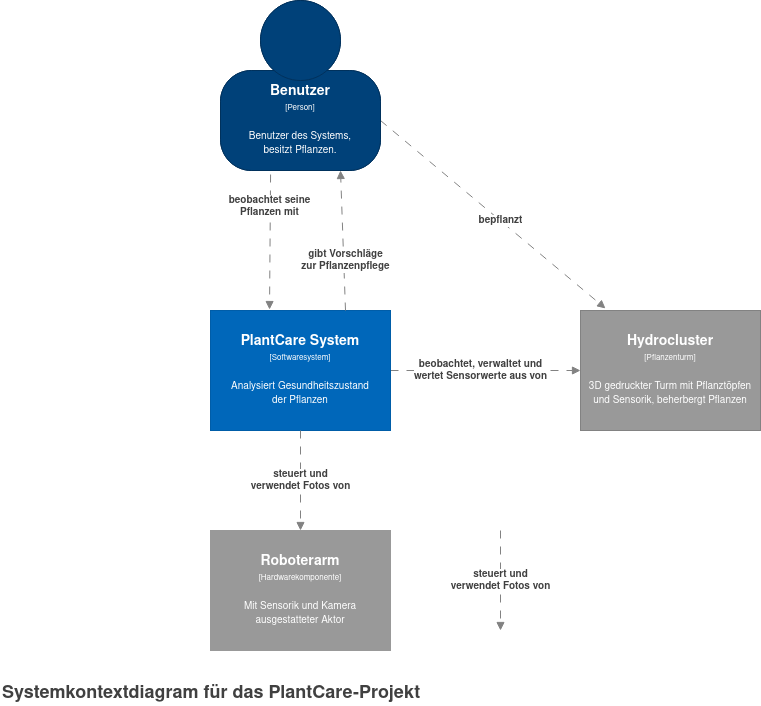
Above: c4.drawio.png in Feanya/pc-c4graphs (draw.io), before the change. Source tidied: cells renumbered, new cells last; positions are measured from the earlier drawing's top-left corner, leaving out a move shared by most shapes.
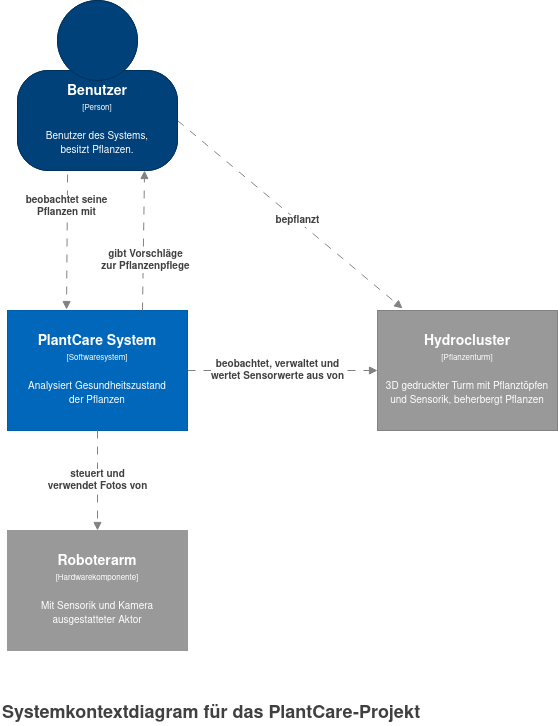
The same diagram one commit later.

The edit, as a diff of the source:
```diff
@@ -17,7 +17,7 @@
     </mxCell>
     <object id="5" label="Systemkontextdiagram für das PlantCare-Projekt&lt;br style=&quot;font-size: 18px;&quot;&gt;" description="Description" name="Diagram Name" placeholders="1">
       <mxCell style="text;html=1;align=left;verticalAlign=top;spacingTop=-4;fontSize=18;fontColor=#404040;fontStyle=1;" parent="1" vertex="1">
-        <mxGeometry y="680" width="430" height="20" as="geometry" />
+        <mxGeometry x="203" y="700" width="430" height="20" as="geometry" />
       </mxCell>
     </object>
     <object id="6" label="&lt;div&gt;&lt;span style=&quot;font-size: 14px&quot;&gt;&lt;b&gt;Hydrocluster&lt;/b&gt;&lt;/span&gt;&lt;/div&gt;&lt;div&gt;&lt;span style=&quot;font-size: 8px&quot;&gt;[Pflanzenturm&lt;/span&gt;&lt;span style=&quot;font-size: 8px&quot;&gt;]&lt;/span&gt;&lt;/div&gt;&lt;div&gt;&lt;span style=&quot;font-size: 8px&quot;&gt;&lt;br&gt;&lt;/span&gt;&lt;/div&gt;&lt;div&gt;&lt;font size=&quot;1&quot;&gt;3D gedruckter Turm mit Pflanztöpfen und Sensorik, beherbergt Pflanzen&lt;br&gt;&lt;/font&gt;&lt;/div&gt;" description="Description of Software System" name="External System Name" placeholders="1">
@@ -69,7 +69,7 @@
       </mxCell>
     </object>
     <object id="16" label="&lt;b&gt;gibt Vorschläge &lt;br&gt;zur Pflanzenpflege&lt;br&gt;&lt;/b&gt;" name="Dependency Operation Name" placeholders="1" technology="JDBC">
-      <mxCell style="endArrow=block;html=1;fontSize=10;fontColor=#404040;strokeWidth=1;endFill=1;dashed=1;dashPattern=8 8;strokeColor=#828282;elbow=vertical;exitX=0.75;exitY=0;exitDx=0;exitDy=0;entryX=0.75;entryY=1;entryDx=0;entryDy=0;" parent="1" edge="1" source="13" target="11">
+      <mxCell style="endArrow=block;html=1;fontSize=10;fontColor=#404040;strokeWidth=1;endFill=1;dashed=1;dashPattern=8 8;strokeColor=#828282;elbow=vertical;exitX=0.75;exitY=0;exitDx=0;exitDy=0;entryX=0.794;entryY=1;entryDx=0;entryDy=0;entryPerimeter=0;" parent="1" edge="1" source="13" target="11">
         <mxGeometry x="-0.29" y="-2" relative="1" as="geometry" />
       </mxCell>
     </object>
@@ -78,13 +78,5 @@
         <mxGeometry x="-0.53" y="-1" relative="1" as="geometry" />
       </mxCell>
     </object>
-    <object id="18" label="&lt;b&gt;steuert und &lt;br&gt;verwendet Fotos von&lt;br&gt;&lt;/b&gt;" name="Dependency Operation Name" placeholders="1" technology="JDBC">
-      <mxCell style="endArrow=block;html=1;fontSize=10;fontColor=#404040;strokeWidth=1;endFill=1;dashed=1;dashPattern=8 8;strokeColor=#828282;elbow=vertical;exitX=0.5;exitY=1;exitDx=0;exitDy=0;entryX=0.5;entryY=0;entryDx=0;entryDy=0;" parent="1" edge="1">
-        <mxGeometry relative="1" as="geometry">
-          <mxPoint x="500" y="530" as="sourcePoint" />
-          <mxPoint x="500" y="630" as="targetPoint" />
-        </mxGeometry>
-      </mxCell>
-    </object>
   </root>
 </mxGraphModel>
```
